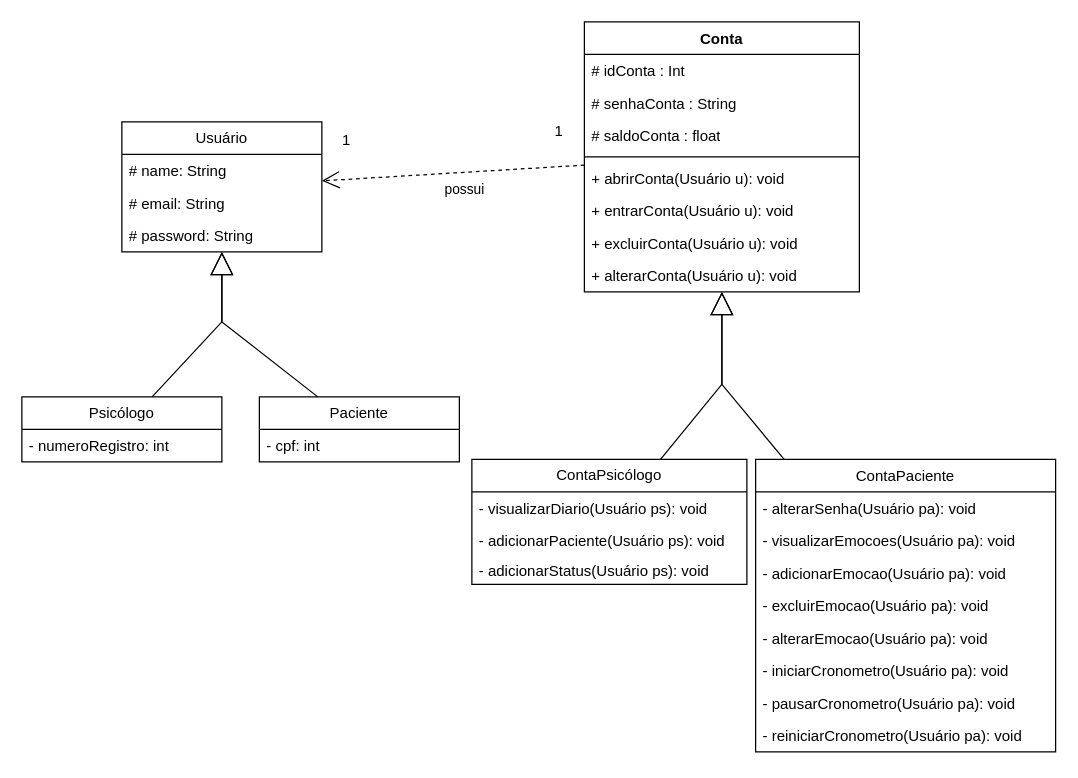
This is ClassesMyPeace.drawio from RebecaVieiraM/Diagramas, a draw.io file, before an edit. Source tidied: cells renumbered, new cells numbered last; positions are measured from the earlier drawing's top-left corner, leaving out a move shared by most shapes. Both pictures are drawn from the tidied source at 125%, with x=0, y=0 at pixel (21, 21).
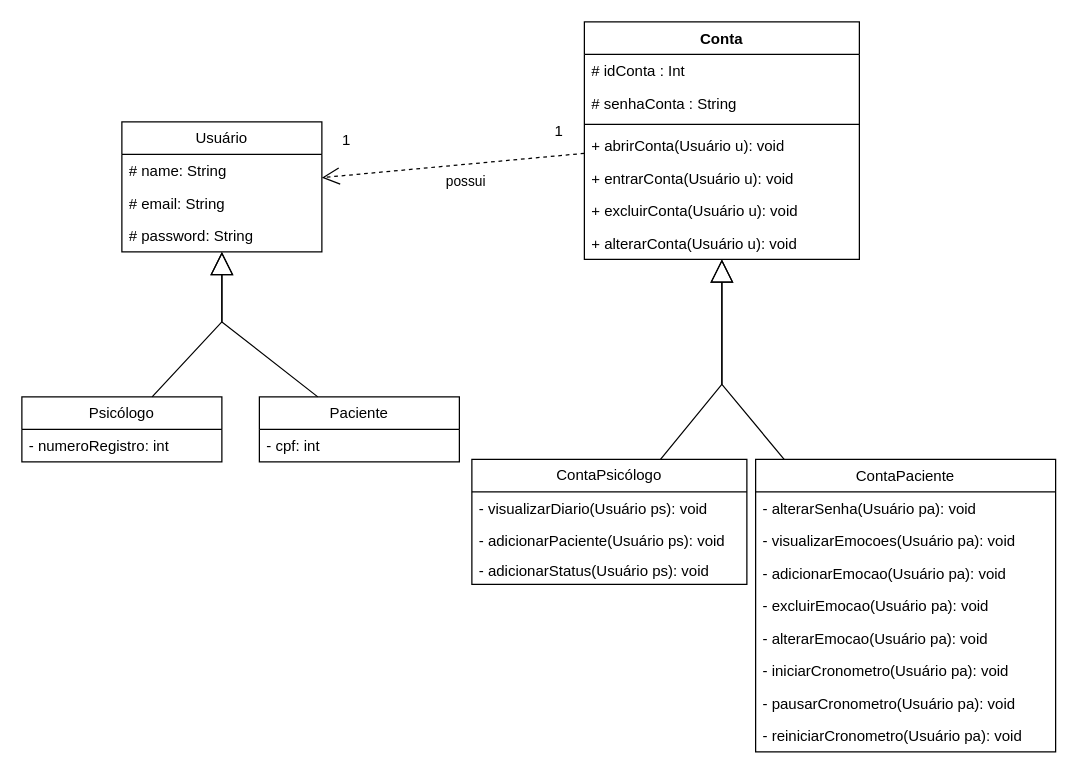
The same page after the edit.

What changed in the source:
```diff
@@
     <mxCell id="6" value="Conta" style="swimlane;fontStyle=1;align=center;verticalAlign=top;horizontal=1;startSize=26;whiteSpace=wrap;html=1;" parent="1" vertex="1">
-      <mxGeometry x="450" width="220" height="216" as="geometry" />
+      <mxGeometry x="450" width="220" height="190" as="geometry" />
     </mxCell>
@@
-    <mxCell id="9" value="# saldoConta : float" style="text;strokeColor=none;fillColor=none;align=left;verticalAlign=top;spacingLeft=4;spacingRight=4;overflow=hidden;whiteSpace=wrap;html=1;" parent="6" vertex="1">
-      <mxGeometry y="78" width="220" height="26" as="geometry" />
-    </mxCell>
     <mxCell id="10" style="line;strokeWidth=1;fillColor=none;align=left;verticalAlign=middle;spacingTop=-1;spacingLeft=3;spacingRight=3;labelPosition=right;strokeColor=inherit;" parent="6" vertex="1">
-      <mxGeometry y="104" width="220" height="8" as="geometry" />
+      <mxGeometry y="78" width="220" height="8" as="geometry" />
     </mxCell>
     <mxCell id="11" value="+ abrirConta(Usuário u): void" style="text;strokeColor=none;fillColor=none;align=left;verticalAlign=top;spacingLeft=4;spacingRight=4;overflow=hidden;whiteSpace=wrap;html=1;" parent="6" vertex="1">
-      <mxGeometry y="112" width="220" height="26" as="geometry" />
+      <mxGeometry y="86" width="220" height="26" as="geometry" />
     </mxCell>
     <mxCell id="12" value="+ entrarConta(Usuário u): void" style="text;strokeColor=none;fillColor=none;align=left;verticalAlign=top;spacingLeft=4;spacingRight=4;overflow=hidden;whiteSpace=wrap;html=1;" parent="6" vertex="1">
-      <mxGeometry y="138" width="220" height="26" as="geometry" />
+      <mxGeometry y="112" width="220" height="26" as="geometry" />
     </mxCell>
     <mxCell id="13" value="+ excluirConta(Usuário u): void" style="text;strokeColor=none;fillColor=none;align=left;verticalAlign=top;spacingLeft=4;spacingRight=4;overflow=hidden;whiteSpace=wrap;html=1;" parent="6" vertex="1">
-      <mxGeometry y="164" width="220" height="26" as="geometry" />
+      <mxGeometry y="138" width="220" height="26" as="geometry" />
     </mxCell>
     <mxCell id="14" value="+ alterarConta(Usuário u): void" style="text;strokeColor=none;fillColor=none;align=left;verticalAlign=top;spacingLeft=4;spacingRight=4;overflow=hidden;whiteSpace=wrap;html=1;" parent="6" vertex="1">
-      <mxGeometry y="190" width="220" height="26" as="geometry" />
+      <mxGeometry y="164" width="220" height="26" as="geometry" />
     </mxCell>
```
